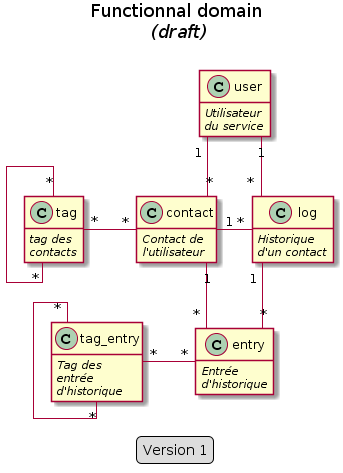
freezed/ocp13 keeps this PlantUML diagram as doc/data_model/functional_model_light.png. Above is the earlier version. Source of this version:
```plantuml
@startuml
title Functionnal domain\n <i>(draft)</i>\n

skinparam linetype ortho
hide empty methods
hide <<assoc>> circle
skinparam class {
    BackgroundColor<<assoc>> lightblue
}




class user
class contact
class tag
class log
class entry
class tag_entry


user "1" - "*" contact
contact "1" - "*" log
contact "1" -- "*" entry
tag "*" - "*" contact
user "1" -- "*" log
log "1" -- "*" entry
tag_entry "*" - "*" entry
tag "*" - "*" tag
tag_entry "*" - "*" tag_entry


class user{
    <i>Utilisateur</i>\n<i>du service</i>
}
class contact{
    <i>Contact de</i>
    <i>l'utilisateur</i>
}
class tag{
    <i>tag des</i>
    <i>contacts</i>
}
class log{
    <i>Historique</i>
    <i>d'un contact</i>
}
class entry{
    <i>Entrée</i>
    <i>d'historique</i>
}
class tag_entry {
    <i>Tag des</i>
    <i>entrée</i>
    <i>d'historique</i>
}


legend
    Version 1
endlegend
@enduml
```
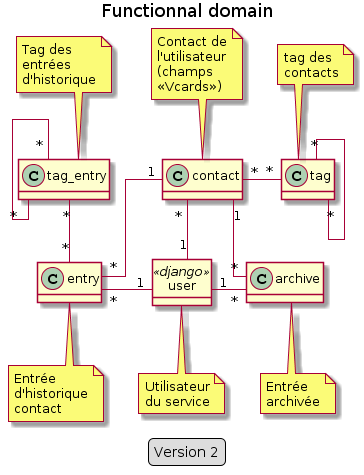
The same file after the commit.

Commit message:
Edit functionnal model v2 FIX #8

Change to the diagram source:
```diff
@@ -1,62 +1,48 @@
 @startuml
-title Functionnal domain\n <i>(draft)</i>\n
+title Functionnal domain
 
 skinparam linetype ortho
+hide <<django>> circle
 hide empty methods
-hide <<assoc>> circle
-skinparam class {
-    BackgroundColor<<assoc>> lightblue
-}
 
 
+class archive
+class contact
+class entry
+class tag
+class tag_entry
+class user <<django>>
 
 
+contact "1" -- "*" entry
+contact "1" -- "*" archive
+contact "*" - "*" tag
+tag_entry "*" -- "*" entry
+tag_entry "*" - "*" tag_entry
+tag "*" - "*" tag
+contact "*" -- "1" user
+entry "*" - "1" user
+user "1" - "*" archive
+
+class archive
+note bottom: Entrée\narchivée
+
+class contact
+note top: Contact de\nl'utilisateur\n(champs\n«Vcards»)
+
+class entry
+note bottom: Entrée\nd'historique\ncontact
+
+class tag
+note top: tag des\ncontacts
+
+class tag_entry
+note top: Tag des\nentrées\nd'historique
+
 class user
-class contact
-class tag
-class log
-class entry
-class tag_entry
-
-
-user "1" - "*" contact
-contact "1" - "*" log
-contact "1" -- "*" entry
-tag "*" - "*" contact
-user "1" -- "*" log
-log "1" -- "*" entry
-tag_entry "*" - "*" entry
-tag "*" - "*" tag
-tag_entry "*" - "*" tag_entry
-
-
-class user{
-    <i>Utilisateur</i>\n<i>du service</i>
-}
-class contact{
-    <i>Contact de</i>
-    <i>l'utilisateur</i>
-}
-class tag{
-    <i>tag des</i>
-    <i>contacts</i>
-}
-class log{
-    <i>Historique</i>
-    <i>d'un contact</i>
-}
-class entry{
-    <i>Entrée</i>
-    <i>d'historique</i>
-}
-class tag_entry {
-    <i>Tag des</i>
-    <i>entrée</i>
-    <i>d'historique</i>
-}
-
+note bottom: Utilisateur\ndu service
 
 legend
-    Version 1
+    Version 2
 endlegend
 @enduml
```
